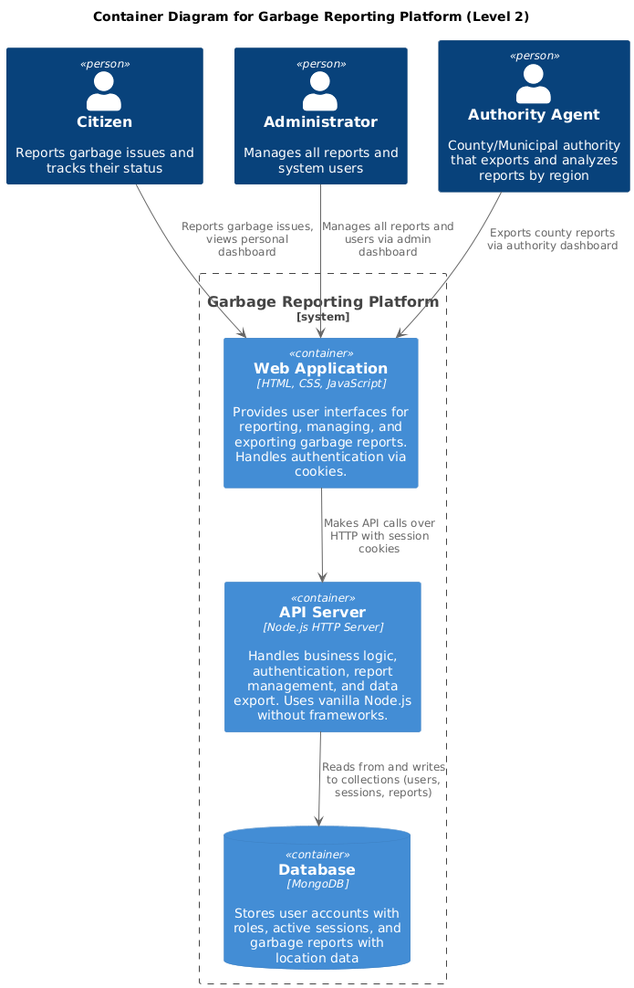
Before: docs/Level2C4.PNG, a diagram exported from PlantUML (NescafeAlgeria/GaW).
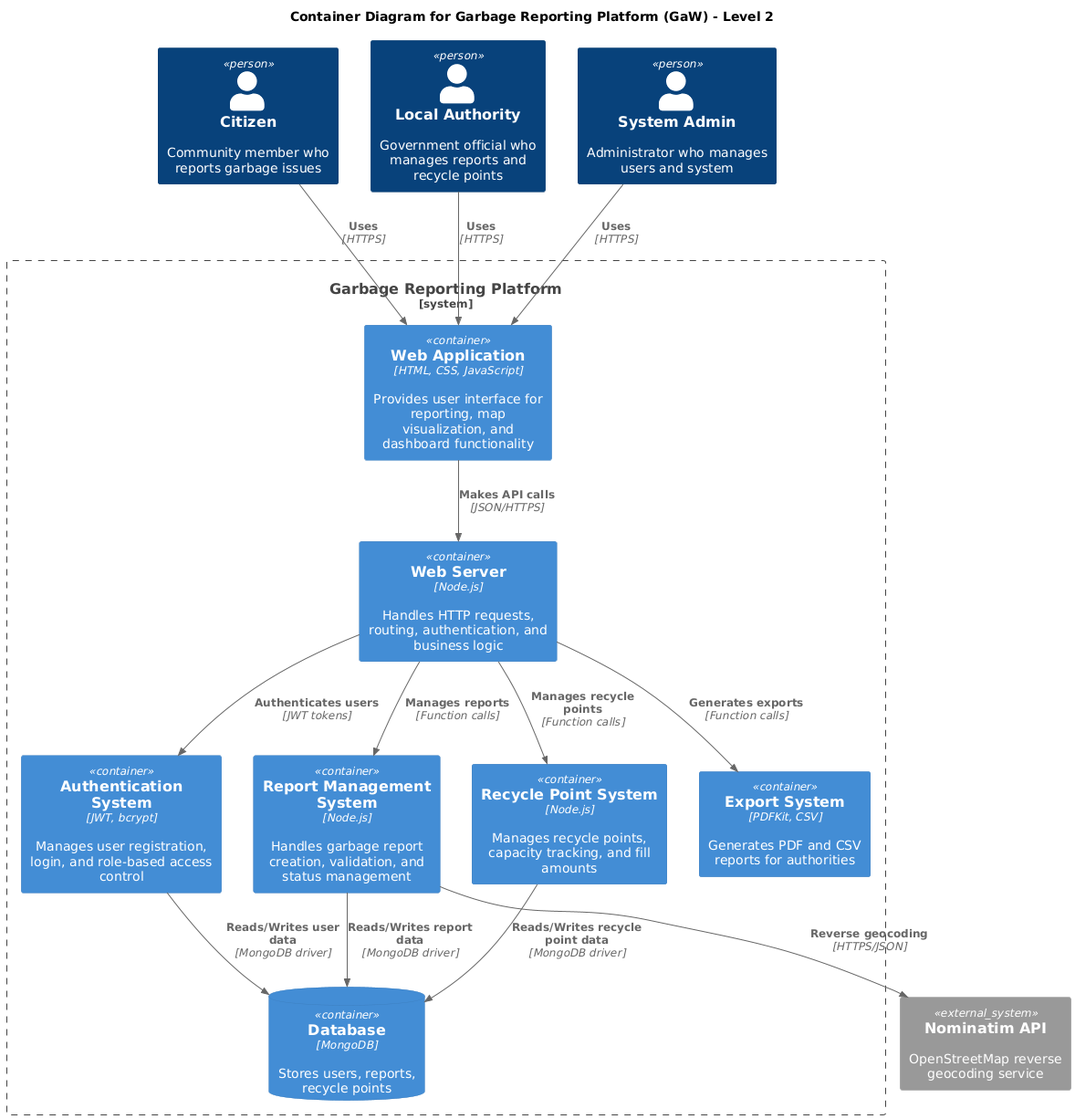
After the change.

Diff of the diagram source:
```diff
@@ -1,24 +1,43 @@
 @startuml
-!includeurl https://raw.githubusercontent.com/plantuml-stdlib/C4-PlantUML/master/C4_Container.puml
+!include https://raw.githubusercontent.com/plantuml-stdlib/C4-PlantUML/master/C4_Container.puml
 
-title Container Diagram for Garbage Reporting Platform (Level 2)
+title Container Diagram for Garbage Reporting Platform (GaW) - Level 2
 
-Person(citizen, "Citizen", "Reports garbage issues and tracks their status")
-Person(admin, "Administrator", "Manages all reports and system users")
-Person(authority, "Authority Agent", "County/Municipal authority that exports and analyzes reports by region")
+Person(citizen, "Citizen", "Community member who reports garbage issues")
+Person(authority, "Local Authority", "Government official who manages reports and recycle points")
+Person(admin, "System Admin", "Administrator who manages users and system")
 
-System_Boundary(garbageSystem, "Garbage Reporting Platform") {
-    Container(webApp, "Web Application", "HTML, CSS, JavaScript", "Provides user interfaces for reporting, managing, and exporting garbage reports. Handles authentication via cookies.")
+System_Boundary(gaw, "Garbage Reporting Platform") {
+    Container(webapp, "Web Application", "HTML, CSS, JavaScript", "Provides user interface for reporting, map visualization, and dashboard functionality")
 
-    Container(apiServer, "API Server", "Node.js HTTP Server", "Handles business logic, authentication, report management, and data export. Uses vanilla Node.js without frameworks.")
+    Container(webserver, "Web Server", "Node.js", "Handles HTTP requests, routing, authentication, and business logic")
 
-    ContainerDb(database, "Database", "MongoDB", "Stores user accounts with roles, active sessions, and garbage reports with location data")
+    Container(authsystem, "Authentication System", "JWT, bcrypt", "Manages user registration, login, and role-based access control")
+
+    Container(reportsystem, "Report Management System", "Node.js", "Handles garbage report creation, validation, and status management")
+
+    Container(recyclesystem, "Recycle Point System", "Node.js", "Manages recycle points, capacity tracking, and fill amounts")
+
+    Container(exportsystem, "Export System", "PDFKit, CSV", "Generates PDF and CSV reports for authorities")
+
+    ContainerDb(database, "Database", "MongoDB", "Stores users, reports, recycle points")
 }
 
-citizen --> webApp : "Reports garbage issues, views personal dashboard"
-admin --> webApp : "Manages all reports and users via admin dashboard"
-authority --> webApp : "Exports county reports via authority dashboard"
+System_Ext(nominatim, "Nominatim API", "OpenStreetMap reverse geocoding service")
 
-webApp --> apiServer : "Makes API calls over HTTP with session cookies"
-apiServer --> database : "Reads from and writes to collections (users, sessions, reports)"
+Rel(citizen, webapp, "Uses", "HTTPS")
+Rel(authority, webapp, "Uses", "HTTPS")
+Rel(admin, webapp, "Uses", "HTTPS")
+
+Rel(webapp, webserver, "Makes API calls", "JSON/HTTPS")
+Rel(webserver, authsystem, "Authenticates users", "JWT tokens")
+Rel(webserver, reportsystem, "Manages reports", "Function calls")
+Rel(webserver, recyclesystem, "Manages recycle points", "Function calls")
+Rel(webserver, exportsystem, "Generates exports", "Function calls")
+
+Rel(authsystem, database, "Reads/Writes user data", "MongoDB driver")
+Rel(reportsystem, database, "Reads/Writes report data", "MongoDB driver")
+Rel(recyclesystem, database, "Reads/Writes recycle point data", "MongoDB driver")
+
+Rel(reportsystem, nominatim, "Reverse geocoding", "HTTPS/JSON")
 @enduml
```
